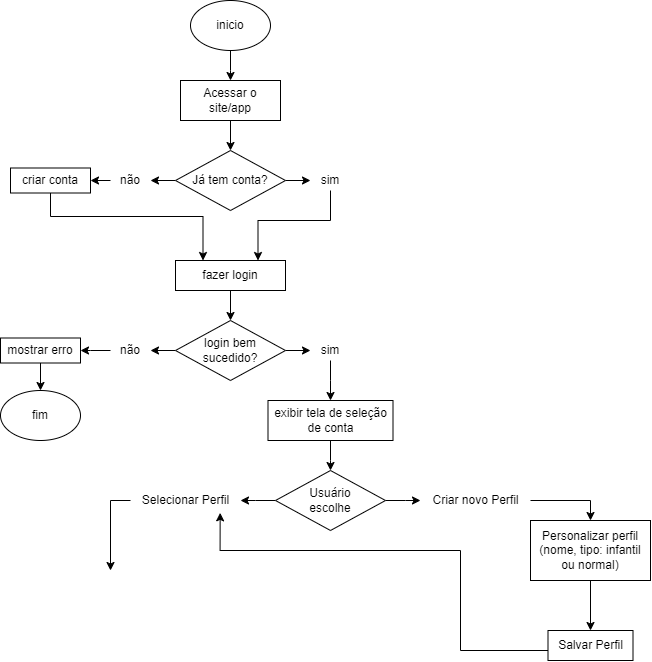
Above: fluxograma.drawio.png in Andynlx01/fluxograma.aprensa-o (draw.io), before the change. Source tidied: cells renumbered, new cells last; positions are measured from the earlier drawing's top-left corner, leaving out a move shared by most shapes.
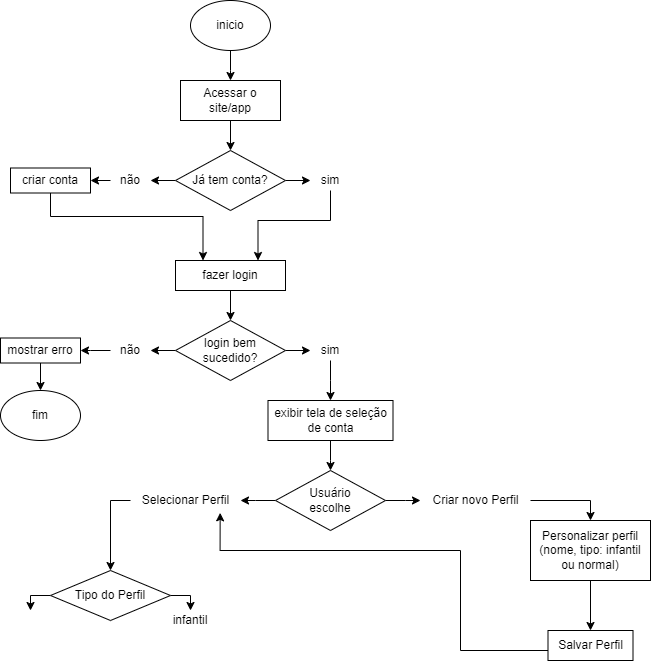
After the commit.

Change to the diagram source:
```diff
@@ -166,5 +166,24 @@
     <mxCell id="40" value="Salvar Perfil" style="whiteSpace=wrap;html=1;rounded=0;" parent="1" vertex="1">
       <mxGeometry x="547.5" y="630" width="85" height="30" as="geometry" />
     </mxCell>
+    <mxCell id="41" style="edgeStyle=orthogonalEdgeStyle;rounded=0;jettySize=auto;html=1;exitX=0;exitY=0.5;exitDx=0;exitDy=0;" parent="1" edge="1" source="43">
+      <mxGeometry relative="1" as="geometry">
+        <mxPoint x="30" y="610" as="targetPoint" />
+      </mxGeometry>
+    </mxCell>
+    <mxCell id="42" style="edgeStyle=orthogonalEdgeStyle;rounded=0;jettySize=auto;html=1;exitX=1;exitY=0.5;exitDx=0;exitDy=0;" parent="1" edge="1" source="43">
+      <mxGeometry relative="1" as="geometry">
+        <mxPoint x="190" y="610" as="targetPoint" />
+        <Array as="points">
+          <mxPoint x="190" y="595" />
+        </Array>
+      </mxGeometry>
+    </mxCell>
+    <mxCell id="43" value="Tipo do Perfil" style="rhombus;whiteSpace=wrap;html=1;" parent="1" vertex="1">
+      <mxGeometry x="50" y="570" width="120" height="50" as="geometry" />
+    </mxCell>
+    <mxCell id="44" value="infantil" style="text;strokeColor=none;align=center;fillColor=none;html=1;verticalAlign=middle;whiteSpace=wrap;rounded=0;" parent="1" vertex="1">
+      <mxGeometry x="170" y="610" width="40" height="20" as="geometry" />
+    </mxCell>
   </root>
 </mxGraphModel>
```
